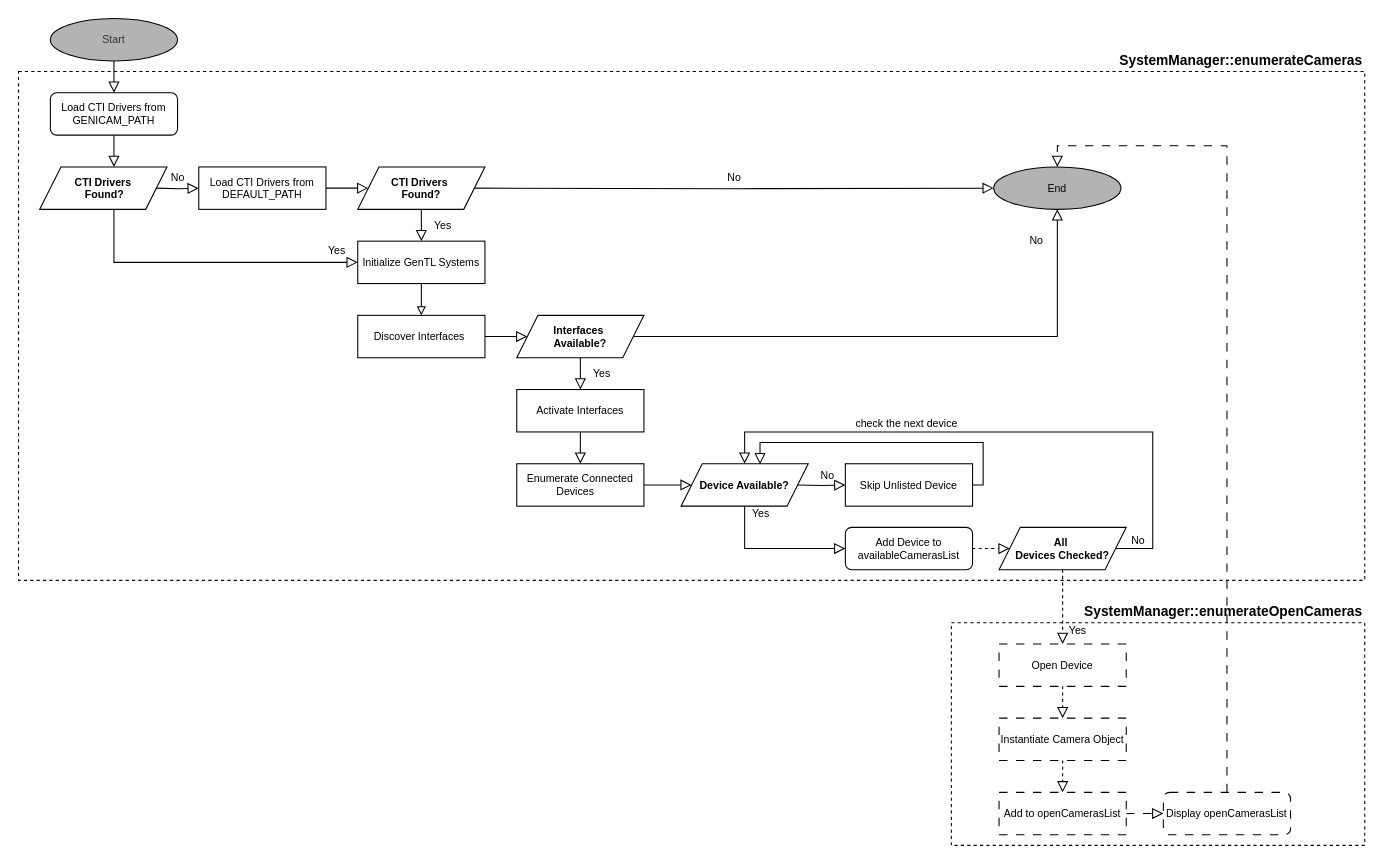
Yessminech/Bachelor_Thesis keeps this draw.io diagram as page "enum" (1 of 3) of draw.io/Untitled Diagram.drawio. Above is the earlier version. Source tidied: cells renumbered, new cells numbered last; positions are measured from the earlier drawing's top-left corner, leaving out a move shared by most shapes. Both pictures are drawn from the tidied source at 106%, with x=0, y=0 at pixel (18, 18).
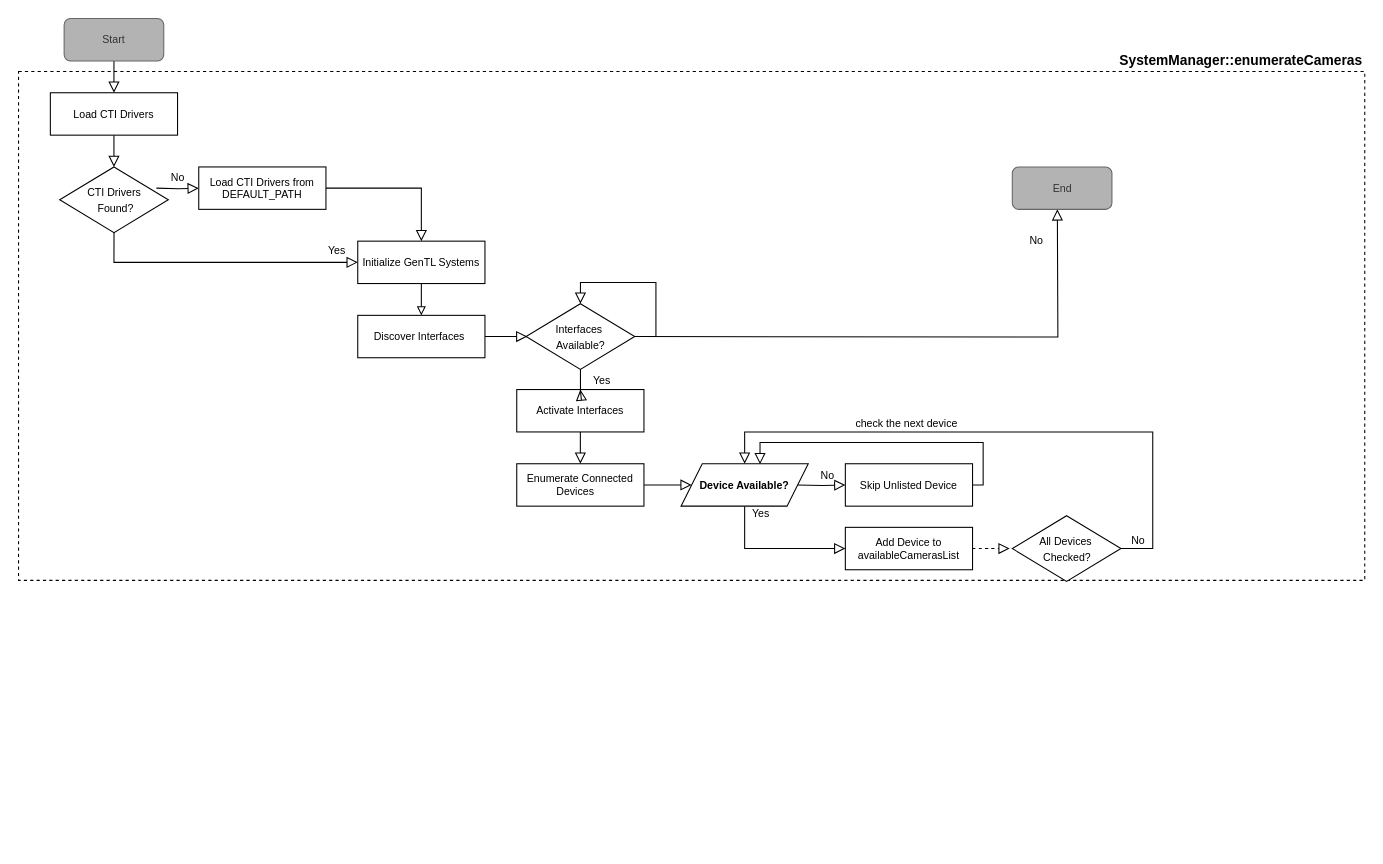
Above is the later version.

Unchanged cells that the change refers to:
```xml
<mxCell id="9" value="Load CTI Drivers from DEFAULT_PATH" style="rounded=0;whiteSpace=wrap;html=1;fontSize=10;glass=0;strokeWidth=1;shadow=0;fontFamily=Helvetica;align=center;verticalAlign=middle;" parent="1" vertex="1">
  <mxGeometry x="170" y="140" width="120" height="40" as="geometry" />
</mxCell>
<mxCell id="11" value="Initialize GenTL Systems" style="rounded=0;whiteSpace=wrap;html=1;fontSize=10;glass=0;strokeWidth=1;shadow=0;fontFamily=Helvetica;align=center;verticalAlign=middle;" parent="1" vertex="1">
  <mxGeometry x="320" y="210" width="120" height="40" as="geometry" />
</mxCell>
<mxCell id="15" value="Activate Interfaces" style="rounded=0;whiteSpace=wrap;html=1;fontSize=10;glass=0;strokeWidth=1;shadow=0;fontFamily=Helvetica;align=center;verticalAlign=middle;" parent="1" vertex="1">
  <mxGeometry x="470" y="350" width="120" height="40" as="geometry" />
</mxCell>
<mxCell id="34" value="&lt;font&gt;Device Available?&lt;/font&gt;" style="shape=parallelogram;perimeter=parallelogramPerimeter;whiteSpace=wrap;html=1;fixedSize=1;align=center;verticalAlign=middle;fontSize=10;fontStyle=1;" parent="1" vertex="1">
  <mxGeometry x="625" y="420" width="120" height="40" as="geometry" />
</mxCell>
```

Diff of the diagram source:
```diff
@@
-    <mxCell id="2" value="&lt;b&gt;&lt;font style=&quot;font-size: 13px;&quot;&gt;SystemManager::enumerateOpenCameras&lt;/font&gt;&lt;/b&gt;" style="rounded=0;whiteSpace=wrap;html=1;fillColor=none;dashed=1;labelPosition=center;verticalLabelPosition=top;align=right;verticalAlign=bottom;" parent="1" vertex="1">
-      <mxGeometry x="880" y="570" width="390" height="210" as="geometry" />
-    </mxCell>
@@
-    <mxCell id="5" value="Load CTI Drivers from GENICAM_PATH" style="rounded=1;whiteSpace=wrap;html=1;fontSize=10;glass=0;strokeWidth=1;shadow=0;fontFamily=Helvetica;align=center;verticalAlign=middle;" parent="1" vertex="1">
+    <mxCell id="5" value="Load CTI Drivers" style="rounded=0;whiteSpace=wrap;html=1;fontSize=10;glass=0;strokeWidth=1;shadow=0;fontFamily=Helvetica;align=center;verticalAlign=middle;" parent="1" vertex="1">
       <mxGeometry x="30" y="70" width="120" height="40" as="geometry" />
     </mxCell>
-    <mxCell id="6" style="rounded=0;html=1;jettySize=auto;fontSize=10;endArrow=block;endFill=0;endSize=8;strokeWidth=1;shadow=0;labelBackgroundColor=none;edgeStyle=orthogonalEdgeStyle;entryX=0;entryY=0.5;entryDx=0;entryDy=0;fontFamily=Helvetica;exitX=0.5;exitY=1;exitDx=0;exitDy=0;align=center;verticalAlign=middle;" parent="1" edge="1" source="37" target="11">
+    <mxCell id="6" style="rounded=0;html=1;jettySize=auto;fontSize=10;endArrow=block;endFill=0;endSize=8;strokeWidth=1;shadow=0;labelBackgroundColor=none;edgeStyle=orthogonalEdgeStyle;entryX=0;entryY=0.5;entryDx=0;entryDy=0;fontFamily=Helvetica;exitX=0.5;exitY=1;exitDx=0;exitDy=0;align=center;verticalAlign=middle;" parent="1" edge="1" source="53" target="11">
       <mxGeometry y="20" relative="1" as="geometry">
         <Array as="points">
           <mxPoint x="90" y="180" />
           <mxPoint x="90" y="230" />
         </Array>
       </mxGeometry>
     </mxCell>
@@
-    <mxCell id="8" style="edgeStyle=orthogonalEdgeStyle;rounded=0;jettySize=auto;html=1;endArrow=block;endFill=0;fontFamily=Helvetica;endSize=8;startSize=8;align=center;verticalAlign=middle;fontSize=10;" parent="1" edge="1" source="9">
-      <mxGeometry relative="1" as="geometry">
-        <mxPoint x="330" y="160" as="targetPoint" />
-      </mxGeometry>
-    </mxCell>
@@
-    <mxCell id="12" value="Yes" style="rounded=0;html=1;jettySize=auto;fontSize=10;endArrow=block;endFill=0;endSize=8;strokeWidth=1;shadow=0;labelBackgroundColor=none;edgeStyle=orthogonalEdgeStyle;entryX=0.5;entryY=0;entryDx=0;entryDy=0;exitX=0.5;exitY=1;exitDx=0;exitDy=0;fontFamily=Helvetica;align=center;verticalAlign=middle;" parent="1" edge="1" target="11">
-      <mxGeometry x="-0.01" y="20" relative="1" as="geometry">
-        <mxPoint x="380" y="180" as="sourcePoint" />
-      </mxGeometry>
+    <mxCell id="12" style="rounded=0;html=1;jettySize=auto;fontSize=10;endArrow=block;endFill=0;endSize=8;strokeWidth=1;shadow=0;labelBackgroundColor=none;edgeStyle=orthogonalEdgeStyle;entryX=0.5;entryY=0;entryDx=0;entryDy=0;exitX=1;exitY=0.5;exitDx=0;exitDy=0;fontFamily=Helvetica;align=center;verticalAlign=middle;" parent="1" edge="1" source="9" target="11">
+      <mxGeometry x="-0.01" y="20" relative="1" as="geometry" />
     </mxCell>
@@
-    <mxCell id="18" value="Yes" style="rounded=0;html=1;jettySize=auto;fontSize=10;endArrow=block;endFill=0;endSize=8;strokeWidth=1;shadow=0;labelBackgroundColor=none;edgeStyle=orthogonalEdgeStyle;entryX=0.5;entryY=0;entryDx=0;entryDy=0;fontFamily=Helvetica;align=center;verticalAlign=middle;" parent="1" edge="1" target="15">
-      <mxGeometry x="-0.01" y="20" relative="1" as="geometry">
-        <mxPoint x="530" y="320" as="sourcePoint" />
-      </mxGeometry>
+    <mxCell id="18" value="Yes" style="rounded=0;html=1;jettySize=auto;fontSize=10;endArrow=block;endFill=0;endSize=8;strokeWidth=1;shadow=0;labelBackgroundColor=none;edgeStyle=orthogonalEdgeStyle;entryX=0.5;entryY=0;entryDx=0;entryDy=0;fontFamily=Helvetica;align=center;verticalAlign=middle;" parent="1" edge="1" source="35" target="15">
+      <mxGeometry x="-0.01" y="20" relative="1" as="geometry" />
     </mxCell>
-    <mxCell id="19" value="No" style="edgeStyle=orthogonalEdgeStyle;rounded=0;html=1;jettySize=auto;fontSize=10;endArrow=block;endFill=0;endSize=8;strokeWidth=1;shadow=0;labelBackgroundColor=none;exitX=1;exitY=0.5;exitDx=0;exitDy=0;entryX=0;entryY=0.5;entryDx=0;entryDy=0;fontFamily=Helvetica;align=center;verticalAlign=middle;" parent="1" edge="1" target="33">
-      <mxGeometry y="10" relative="1" as="geometry">
-        <mxPoint x="430" y="160" as="sourcePoint" />
-      </mxGeometry>
-    </mxCell>
-    <mxCell id="20" value="No" style="edgeStyle=orthogonalEdgeStyle;rounded=0;html=1;jettySize=auto;fontSize=10;endArrow=block;endFill=0;endSize=8;strokeWidth=1;shadow=0;labelBackgroundColor=none;exitX=1;exitY=0.5;exitDx=0;exitDy=0;fontFamily=Helvetica;align=center;verticalAlign=middle;entryX=0.5;entryY=1;entryDx=0;entryDy=0;" parent="1" edge="1" source="35" target="33">
-      <mxGeometry x="0.89" y="20" relative="1" as="geometry" />
+    <mxCell id="20" value="No" style="edgeStyle=orthogonalEdgeStyle;rounded=0;html=1;jettySize=auto;orthogonalLoop=1;fontSize=10;endArrow=block;endFill=0;endSize=8;strokeWidth=1;shadow=0;labelBackgroundColor=none;exitX=1;exitY=0.5;exitDx=0;exitDy=0;fontFamily=Helvetica;align=center;verticalAlign=middle;entryX=0.5;entryY=1;entryDx=0;entryDy=0;" parent="1" edge="1">
+      <mxGeometry x="0.89" y="20" relative="1" as="geometry">
+        <mxPoint x="580" y="300" as="sourcePoint" />
+        <mxPoint x="980" y="180" as="targetPoint" />
+      </mxGeometry>
     </mxCell>
@@
-    <mxCell id="26" style="edgeStyle=none;curved=1;rounded=0;jettySize=auto;html=1;entryX=0.5;entryY=0;entryDx=0;entryDy=0;fontSize=10;startSize=8;endSize=8;endArrow=block;endFill=0;dashed=1;align=center;verticalAlign=middle;" parent="1" edge="1" source="48" target="30">
-      <mxGeometry relative="1" as="geometry" />
-    </mxCell>
-    <mxCell id="27" value="Add Device to availableCamerasList" style="rounded=1;whiteSpace=wrap;html=1;fontSize=10;glass=0;strokeWidth=1;shadow=0;fontFamily=Helvetica;align=center;verticalAlign=middle;" parent="1" vertex="1">
+    <mxCell id="27" value="Add Device to availableCamerasList" style="rounded=0;whiteSpace=wrap;html=1;fontSize=10;glass=0;strokeWidth=1;shadow=0;fontFamily=Helvetica;align=center;verticalAlign=middle;" parent="1" vertex="1">
       <mxGeometry x="780" y="480" width="120" height="40" as="geometry" />
     </mxCell>
@@
-    <mxCell id="30" value="Open Device" style="rounded=0;whiteSpace=wrap;html=1;fontSize=10;glass=0;strokeWidth=1;shadow=0;fontFamily=Helvetica;dashed=1;dashPattern=8 8;align=center;verticalAlign=middle;" parent="1" vertex="1">
-      <mxGeometry x="925" y="590" width="120" height="40" as="geometry" />
-    </mxCell>
-    <mxCell id="31" style="edgeStyle=none;curved=1;rounded=0;jettySize=auto;html=1;fontSize=10;startSize=8;endSize=8;entryX=0.5;entryY=0;entryDx=0;entryDy=0;endArrow=block;endFill=0;align=center;verticalAlign=middle;" parent="1" edge="1" source="32" target="5">
-      <mxGeometry relative="1" as="geometry" />
+    <mxCell id="31" style="edgeStyle=none;curved=1;rounded=0;jettySize=auto;html=1;fontSize=10;startSize=8;endSize=8;entryX=0.5;entryY=0;entryDx=0;entryDy=0;endArrow=block;endFill=0;align=center;verticalAlign=middle;" parent="1" edge="1" target="5">
+      <mxGeometry relative="1" as="geometry">
+        <mxPoint x="90" y="40" as="sourcePoint" />
+      </mxGeometry>
     </mxCell>
-    <mxCell id="32" value="Start" style="ellipse;whiteSpace=wrap;html=1;fillColor=#B3B3B3;fontColor=#333333;strokeColor=default;align=center;verticalAlign=middle;fontSize=10;" parent="1" vertex="1">
-      <mxGeometry x="30" width="120" height="40" as="geometry" />
-    </mxCell>
-    <mxCell id="33" value="End" style="ellipse;whiteSpace=wrap;html=1;fillColor=#B3B3B3;align=center;verticalAlign=middle;fontSize=10;" parent="1" vertex="1">
-      <mxGeometry x="920" y="140" width="120" height="40" as="geometry" />
-    </mxCell>
@@
-    <mxCell id="35" value="Interfaces&amp;nbsp;&lt;div&gt;Available?&lt;/div&gt;" style="shape=parallelogram;perimeter=parallelogramPerimeter;whiteSpace=wrap;html=1;fixedSize=1;align=center;verticalAlign=middle;fontSize=10;fontStyle=1;" parent="1" vertex="1">
-      <mxGeometry x="470" y="280" width="120" height="40" as="geometry" />
-    </mxCell>
-    <mxCell id="36" value="CTI Drivers&amp;nbsp;&lt;div&gt;Found?&lt;/div&gt;" style="shape=parallelogram;perimeter=parallelogramPerimeter;whiteSpace=wrap;html=1;fixedSize=1;align=center;verticalAlign=middle;fontSize=10;fontStyle=1;" parent="1" vertex="1">
-      <mxGeometry x="320" y="140" width="120" height="40" as="geometry" />
-    </mxCell>
-    <mxCell id="37" value="CTI Drivers&lt;div&gt;&amp;nbsp;Found?&lt;/div&gt;" style="shape=parallelogram;perimeter=parallelogramPerimeter;whiteSpace=wrap;html=1;fixedSize=1;align=center;verticalAlign=middle;fontSize=10;fontStyle=1;" parent="1" vertex="1">
-      <mxGeometry x="20" y="140" width="120" height="40" as="geometry" />
-    </mxCell>
-    <mxCell id="38" style="edgeStyle=none;curved=1;rounded=0;jettySize=auto;html=1;entryX=0.5;entryY=0;entryDx=0;entryDy=0;fontSize=10;startSize=8;endSize=8;endArrow=block;endFill=0;dashed=1;align=center;verticalAlign=middle;" parent="1" edge="1" target="39">
-      <mxGeometry relative="1" as="geometry">
-        <mxPoint x="985" y="630" as="sourcePoint" />
-      </mxGeometry>
-    </mxCell>
-    <mxCell id="39" value="Instantiate Camera Object" style="rounded=0;whiteSpace=wrap;html=1;fontSize=10;glass=0;strokeWidth=1;shadow=0;fontFamily=Helvetica;dashed=1;dashPattern=8 8;align=center;verticalAlign=middle;" parent="1" vertex="1">
-      <mxGeometry x="925" y="660" width="120" height="40" as="geometry" />
-    </mxCell>
-    <mxCell id="40" style="edgeStyle=none;curved=1;rounded=0;jettySize=auto;html=1;entryX=0.5;entryY=0;entryDx=0;entryDy=0;fontSize=10;startSize=8;endSize=8;endArrow=block;endFill=0;dashed=1;align=center;verticalAlign=middle;" parent="1" edge="1" target="42">
-      <mxGeometry relative="1" as="geometry">
-        <mxPoint x="985" y="700" as="sourcePoint" />
-      </mxGeometry>
-    </mxCell>
-    <mxCell id="41" style="edgeStyle=none;curved=1;rounded=0;jettySize=auto;html=1;fontSize=10;startSize=8;endSize=8;dashed=1;dashPattern=8 8;endArrow=block;endFill=0;" parent="1" edge="1" source="42" target="44">
-      <mxGeometry relative="1" as="geometry" />
-    </mxCell>
-    <mxCell id="42" value="Add to openCamerasList" style="rounded=0;whiteSpace=wrap;html=1;fontSize=10;glass=0;strokeWidth=1;shadow=0;fontFamily=Helvetica;dashed=1;dashPattern=8 8;align=center;verticalAlign=middle;" parent="1" vertex="1">
-      <mxGeometry x="925" y="730" width="120" height="40" as="geometry" />
-    </mxCell>
-    <mxCell id="43" style="edgeStyle=orthogonalEdgeStyle;rounded=0;jettySize=auto;html=1;entryX=0.5;entryY=0;entryDx=0;entryDy=0;fontSize=10;startSize=8;endSize=8;dashed=1;dashPattern=8 8;exitX=0.5;exitY=0;exitDx=0;exitDy=0;endArrow=block;endFill=0;" parent="1" edge="1" source="44" target="33">
-      <mxGeometry relative="1" as="geometry">
-        <Array as="points">
-          <mxPoint x="1140" y="120" />
-          <mxPoint x="980" y="120" />
-        </Array>
-      </mxGeometry>
-    </mxCell>
-    <mxCell id="44" value="Display openCamerasList" style="rounded=1;whiteSpace=wrap;html=1;fontSize=10;glass=0;strokeWidth=1;shadow=0;fontFamily=Helvetica;align=center;verticalAlign=middle;dashed=1;dashPattern=8 8;" parent="1" vertex="1">
-      <mxGeometry x="1080" y="730" width="120" height="40" as="geometry" />
-    </mxCell>
@@
-    <mxCell id="46" style="edgeStyle=none;curved=1;rounded=0;jettySize=auto;html=1;entryX=0;entryY=0.5;entryDx=0;entryDy=0;fontSize=10;startSize=8;endSize=8;endArrow=block;endFill=0;dashed=1;align=center;verticalAlign=middle;" parent="1" edge="1" source="27" target="48">
-      <mxGeometry relative="1" as="geometry" />
+    <mxCell id="46" style="edgeStyle=none;curved=1;rounded=0;jettySize=auto;html=1;entryX=0;entryY=0.5;entryDx=0;entryDy=0;fontSize=10;startSize=8;endSize=8;endArrow=block;endFill=0;dashed=1;align=center;verticalAlign=middle;" parent="1" edge="1" source="27">
+      <mxGeometry relative="1" as="geometry">
+        <mxPoint x="935" y="500" as="targetPoint" />
+      </mxGeometry>
     </mxCell>
-    <mxCell id="47" style="edgeStyle=orthogonalEdgeStyle;rounded=0;jettySize=auto;html=1;fontSize=12;startSize=8;endSize=8;exitX=1;exitY=0.5;exitDx=0;exitDy=0;endArrow=block;endFill=0;" parent="1" edge="1" source="48" target="34">
+    <mxCell id="47" style="edgeStyle=orthogonalEdgeStyle;rounded=0;jettySize=auto;html=1;fontSize=12;startSize=8;endSize=8;exitX=1;exitY=0.5;exitDx=0;exitDy=0;endArrow=block;endFill=0;" parent="1" edge="1" target="34">
       <mxGeometry relative="1" as="geometry">
+        <mxPoint x="1035" y="500" as="sourcePoint" />
         <Array as="points">
           <mxPoint x="1070" y="500" />
           <mxPoint x="1070" y="390" />
           <mxPoint x="685" y="390" />
         </Array>
       </mxGeometry>
     </mxCell>
-    <mxCell id="48" value="&lt;div&gt;All&amp;nbsp;&lt;/div&gt;&lt;div&gt;Devices Checked?&lt;/div&gt;" style="shape=parallelogram;perimeter=parallelogramPerimeter;whiteSpace=wrap;html=1;fixedSize=1;align=center;verticalAlign=middle;fontSize=10;fontStyle=1;" parent="1" vertex="1">
-      <mxGeometry x="925" y="480" width="120" height="40" as="geometry" />
-    </mxCell>
-    <mxCell id="49" value="&lt;span style=&quot;font-size: 10px;&quot;&gt;Yes&lt;/span&gt;" style="text;html=1;align=center;verticalAlign=middle;strokeColor=none;fillColor=none;fontSize=16;" parent="1" vertex="1">
-      <mxGeometry x="979" y="560" width="40" height="30" as="geometry" />
-    </mxCell>
@@
+    <mxCell id="32" value="&lt;font style=&quot;font-size: 10px;&quot;&gt;Start&lt;/font&gt;" style="rounded=1;whiteSpace=wrap;html=1;fillColor=#B3B3B3;fontColor=#333333;strokeColor=#666666;" parent="1" vertex="1">
+      <mxGeometry x="43" width="94" height="40" as="geometry" />
+    </mxCell>
+    <mxCell id="52" style="rounded=0;html=1;jettySize=auto;fontSize=10;endArrow=block;endFill=0;endSize=8;strokeWidth=1;shadow=0;labelBackgroundColor=none;edgeStyle=orthogonalEdgeStyle;entryX=0;entryY=0.5;entryDx=0;entryDy=0;fontFamily=Helvetica;exitX=0.5;exitY=1;exitDx=0;exitDy=0;align=center;verticalAlign=middle;" parent="1" edge="1" target="53">
+      <mxGeometry y="20" relative="1" as="geometry">
+        <mxPoint x="80" y="180" as="sourcePoint" />
+      </mxGeometry>
+    </mxCell>
+    <mxCell id="53" value="&lt;div&gt;&lt;span style=&quot;font-size: 10px;&quot;&gt;CTI Drivers&lt;/span&gt;&lt;/div&gt;&lt;div&gt;&lt;span style=&quot;font-size: 10px;&quot;&gt;&amp;nbsp;Found?&lt;/span&gt;&lt;/div&gt;" style="rhombus;whiteSpace=wrap;html=1;" parent="1" vertex="1">
+      <mxGeometry x="38.8" y="140" width="102.5" height="62" as="geometry" />
+    </mxCell>
+    <mxCell id="54" style="rounded=0;html=1;jettySize=auto;fontSize=10;endArrow=block;endFill=0;endSize=8;strokeWidth=1;shadow=0;labelBackgroundColor=none;edgeStyle=orthogonalEdgeStyle;entryX=0.5;entryY=0;entryDx=0;entryDy=0;fontFamily=Helvetica;align=center;verticalAlign=middle;" parent="1" edge="1" target="35">
+      <mxGeometry x="-0.01" y="20" relative="1" as="geometry">
+        <mxPoint x="530" y="320" as="sourcePoint" />
+      </mxGeometry>
+    </mxCell>
+    <mxCell id="35" value="&lt;div&gt;&lt;span style=&quot;font-size: 10px;&quot;&gt;Interfaces&amp;nbsp;&lt;/span&gt;&lt;/div&gt;&lt;div&gt;&lt;span style=&quot;font-size: 10px;&quot;&gt;Available?&lt;/span&gt;&lt;/div&gt;" style="rhombus;whiteSpace=wrap;html=1;" parent="1" vertex="1">
+      <mxGeometry x="478.8" y="269" width="102.5" height="62" as="geometry" />
+    </mxCell>
+    <mxCell id="48" value="&lt;div&gt;&lt;span style=&quot;font-size: 10px;&quot;&gt;All&amp;nbsp;&lt;/span&gt;&lt;span style=&quot;font-size: 10px; background-color: transparent; color: light-dark(rgb(0, 0, 0), rgb(255, 255, 255));&quot;&gt;Devices&amp;nbsp;&lt;/span&gt;&lt;/div&gt;&lt;div&gt;&lt;span style=&quot;font-size: 10px; background-color: transparent; color: light-dark(rgb(0, 0, 0), rgb(255, 255, 255));&quot;&gt;Checked?&lt;/span&gt;&lt;/div&gt;" style="rhombus;whiteSpace=wrap;html=1;" parent="1" vertex="1">
+      <mxGeometry x="937.5" y="469" width="102.5" height="62" as="geometry" />
+    </mxCell>
+    <mxCell id="33" value="&lt;font style=&quot;font-size: 10px;&quot;&gt;End&lt;/font&gt;" style="rounded=1;whiteSpace=wrap;html=1;fillColor=#B3B3B3;fontColor=#333333;strokeColor=#666666;" parent="1" vertex="1">
+      <mxGeometry x="937.5" y="140" width="94" height="40" as="geometry" />
+    </mxCell>
```
